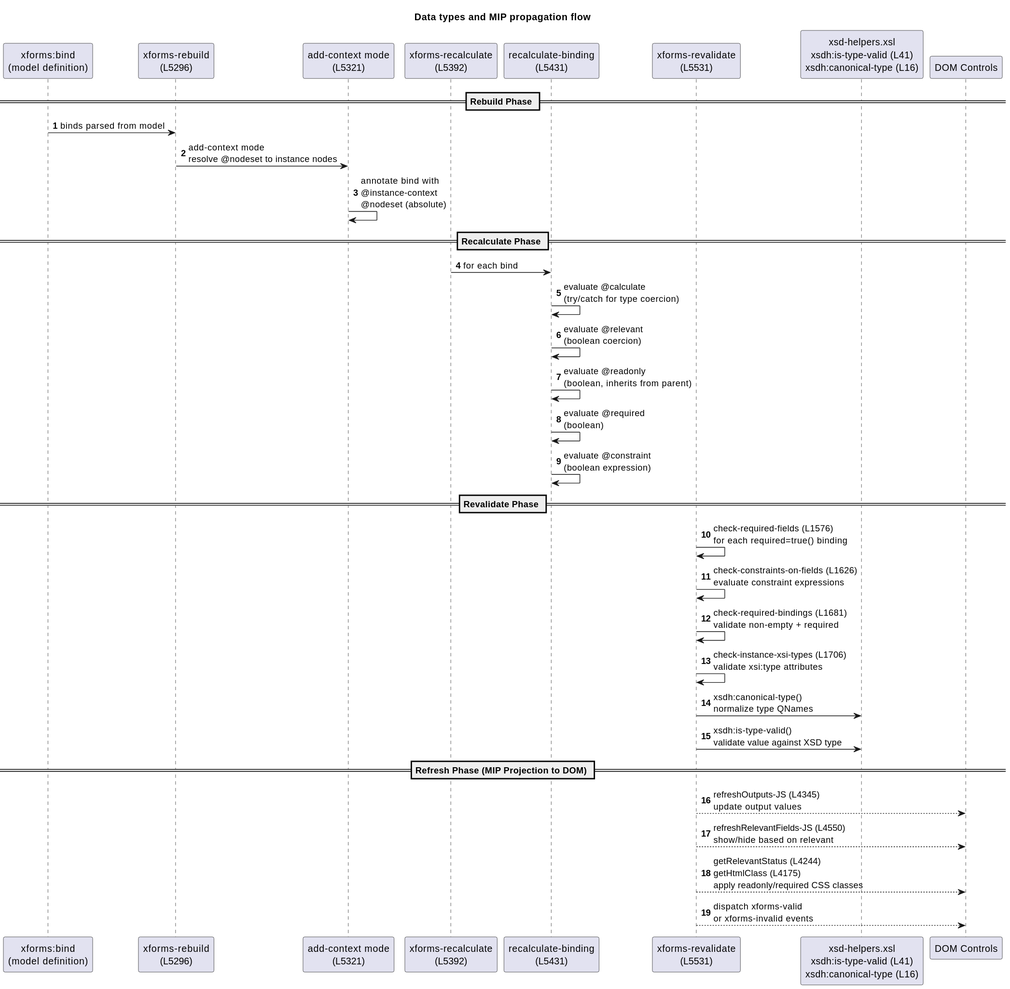
Above: docs/docbook/diagrams/data-types-mip-flow.svg in JDziurlaj/Saxon-Forms (PlantUML), before the change.
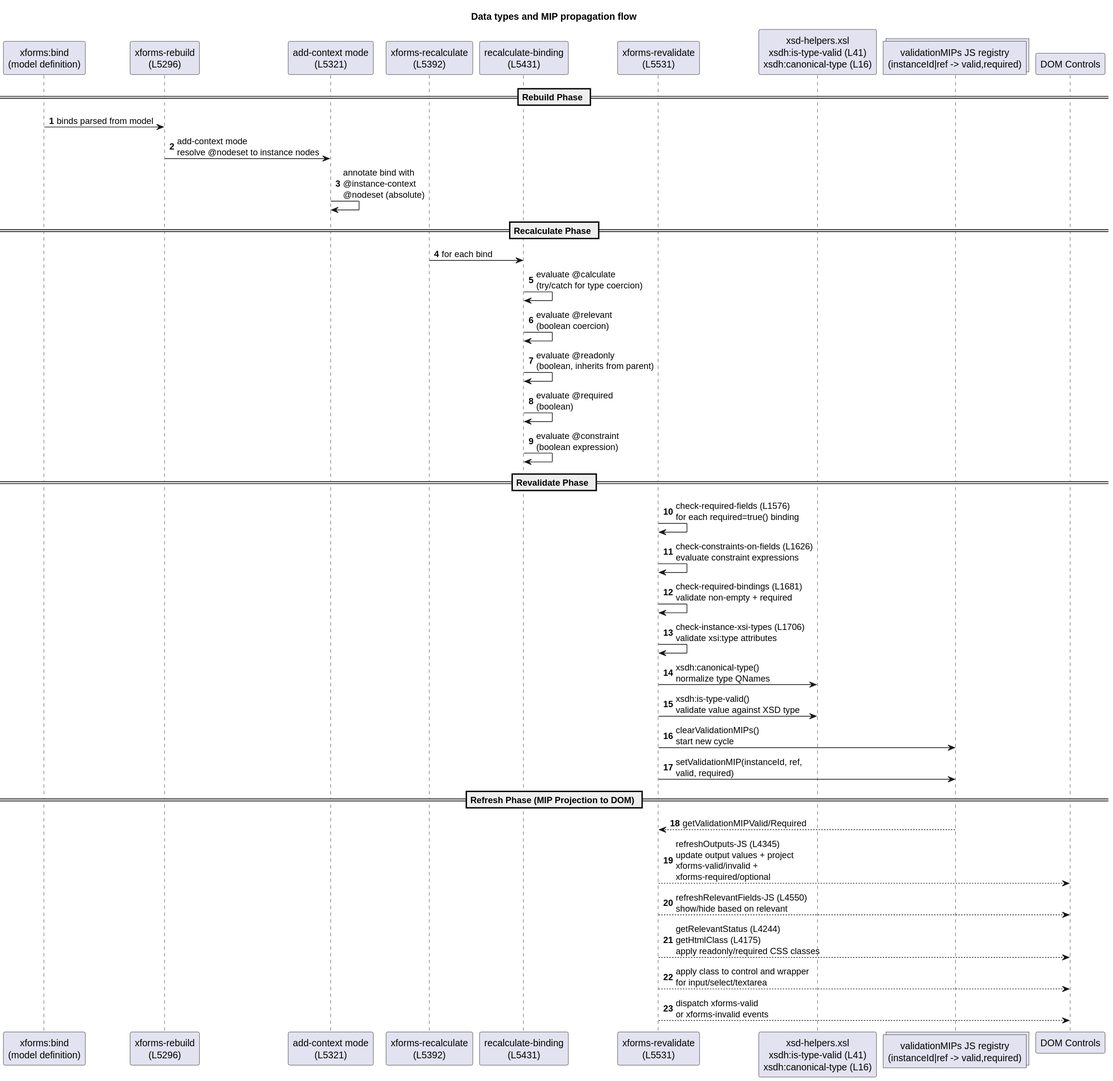
After the commit.

Diff of the diagram source:
```diff
@@ -9,6 +9,7 @@
 participant "recalculate-binding\n(L5431)" as RECALC_BIND
 participant "xforms-revalidate\n(L5531)" as REVAL
 participant "xsd-helpers.xsl\nxsdh:is-type-valid (L41)\nxsdh:canonical-type (L16)" as XSD
+collections "validationMIPs JS registry\n(instanceId|ref -> valid,required)" as VMIP
 participant "DOM Controls" as DOM
 
 == Rebuild Phase ==
@@ -31,10 +32,14 @@
 REVAL -> REVAL : check-instance-xsi-types (L1706)\nvalidate xsi:type attributes
 REVAL -> XSD : xsdh:canonical-type()\nnormalize type QNames
 REVAL -> XSD : xsdh:is-type-valid()\nvalidate value against XSD type
+REVAL -> VMIP : clearValidationMIPs()\nstart new cycle
+REVAL -> VMIP : setValidationMIP(instanceId, ref,\nvalid, required)
 
 == Refresh Phase (MIP Projection to DOM) ==
-REVAL --> DOM : refreshOutputs-JS (L4345)\nupdate output values
+VMIP --> REVAL : getValidationMIPValid/Required
+REVAL --> DOM : refreshOutputs-JS (L4345)\nupdate output values + project\nxforms-valid/invalid +\nxforms-required/optional
 REVAL --> DOM : refreshRelevantFields-JS (L4550)\nshow/hide based on relevant
 REVAL --> DOM : getRelevantStatus (L4244)\ngetHtmlClass (L4175)\napply readonly/required CSS classes
+REVAL --> DOM : apply class to control and wrapper\nfor input/select/textarea
 REVAL --> DOM : dispatch xforms-valid\nor xforms-invalid events
 @enduml
```
